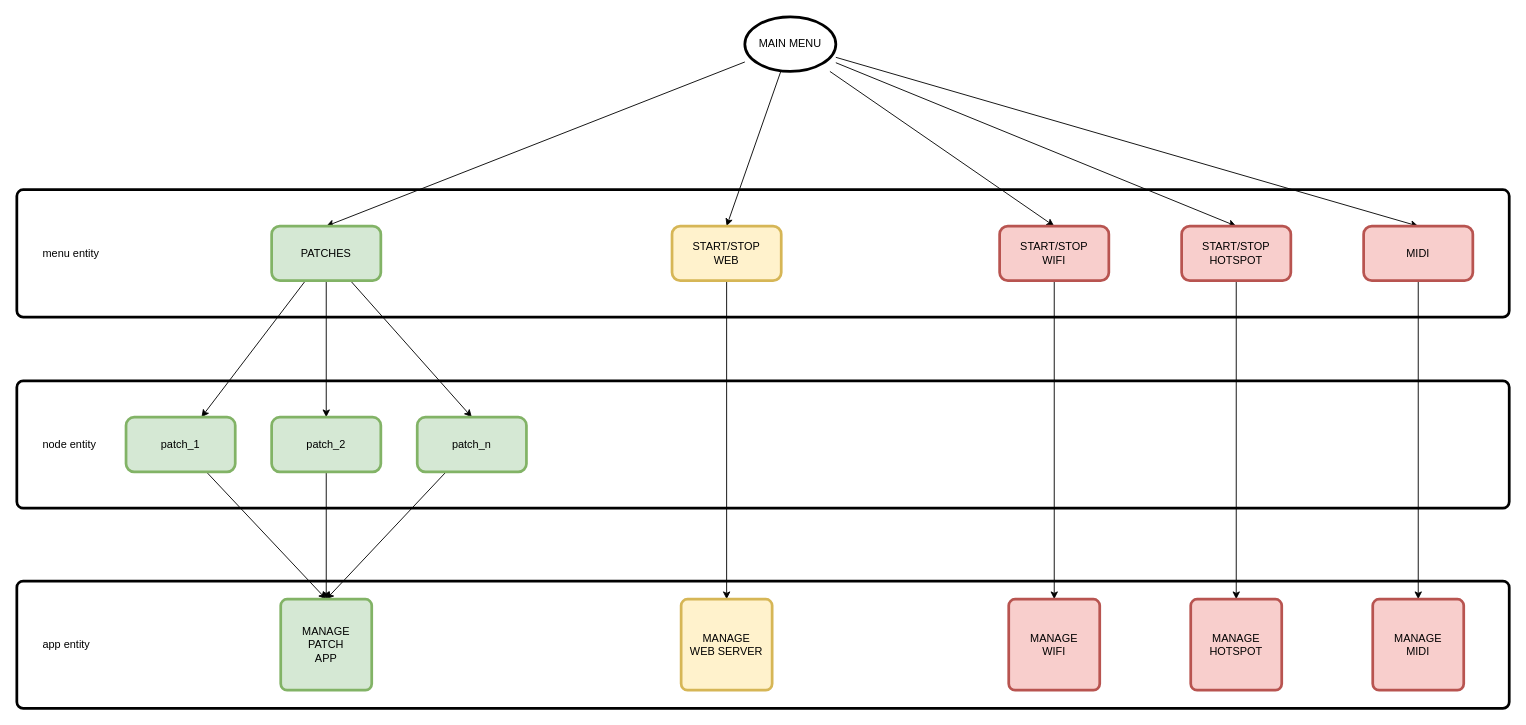
leminrock/ssd1306 keeps this draw.io diagram as page "Pagina-2" (2 of 3) of schema.drawio. Above is the earlier version. Source tidied: cells renumbered, new cells numbered last; positions are measured from the earlier drawing's top-left corner, leaving out a move shared by most shapes. Both pictures are drawn from the tidied source at 91%, with x=0, y=0 at pixel (16, 16).
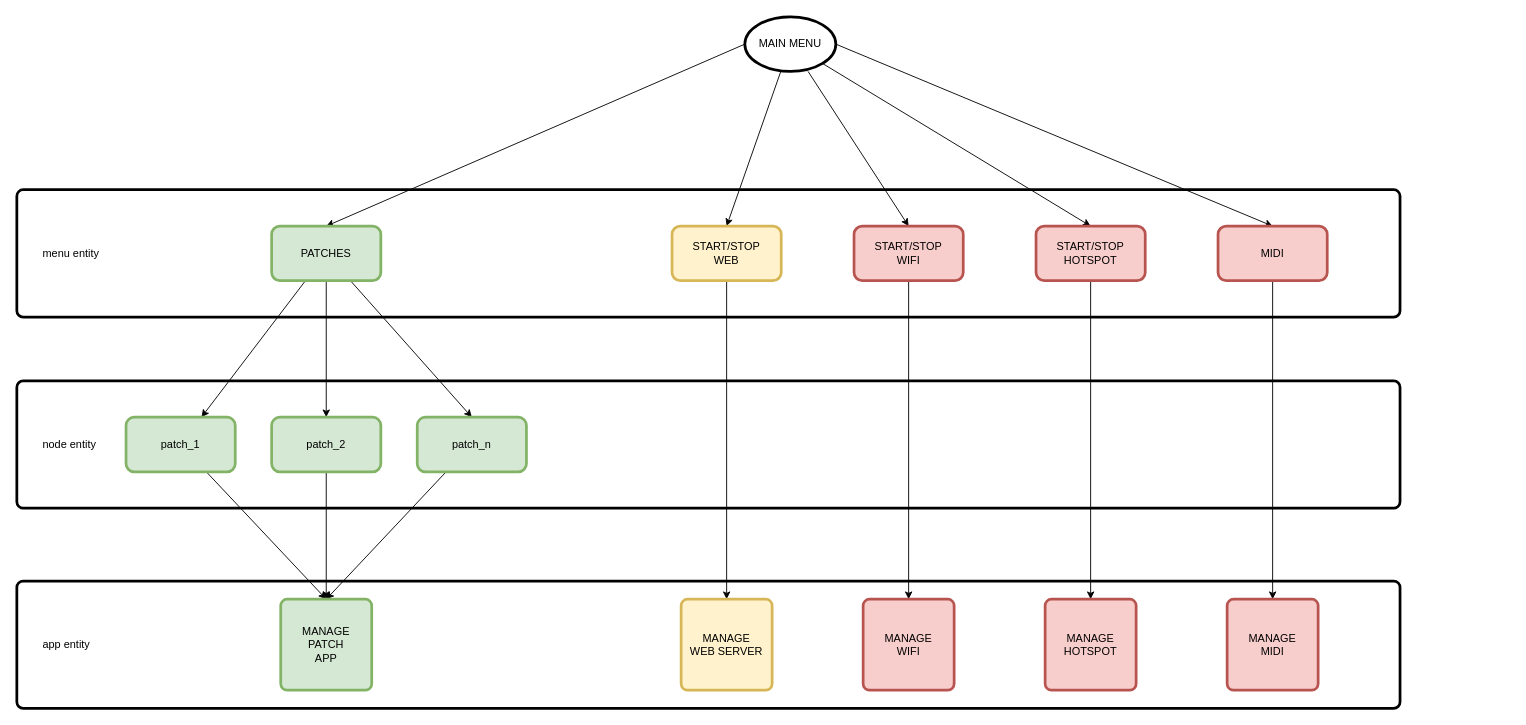
After the change.

Unchanged cells that the change refers to:
```xml
<mxCell id="7" value="MAIN MENU" style="strokeWidth=3;html=1;shape=mxgraph.flowchart.start_1;whiteSpace=wrap;" parent="1" vertex="1">
  <mxGeometry x="800" width="100" height="60" as="geometry" />
</mxCell>
<mxCell id="11" value="PATCHES" style="rounded=1;whiteSpace=wrap;html=1;strokeWidth=3;fillColor=#d5e8d4;strokeColor=#82b366;" parent="1" vertex="1">
  <mxGeometry x="280" y="230" width="120" height="60" as="geometry" />
</mxCell>
```

What changed in the source:
```diff
@@
+    <mxCell id="31" value="&lt;span style=&quot;white-space: pre&quot;&gt;&#9;&lt;/span&gt;app entity" style="rounded=1;whiteSpace=wrap;html=1;absoluteArcSize=1;arcSize=14;strokeWidth=3;fillColor=none;align=left;" parent="1" vertex="1">
+      <mxGeometry y="620" width="1520" height="140" as="geometry" />
+    </mxCell>
+    <mxCell id="32" value="&lt;span style=&quot;white-space: pre&quot;&gt;&#9;&lt;/span&gt;node entity" style="rounded=1;whiteSpace=wrap;html=1;absoluteArcSize=1;arcSize=14;strokeWidth=3;fillColor=none;align=left;" parent="1" vertex="1">
+      <mxGeometry y="400" width="1520" height="140" as="geometry" />
+    </mxCell>
+    <mxCell id="33" value="&lt;span style=&quot;white-space: pre&quot;&gt;&#9;&lt;/span&gt;menu entity" style="rounded=1;whiteSpace=wrap;html=1;absoluteArcSize=1;arcSize=14;strokeWidth=3;fillColor=none;align=left;" parent="1" vertex="1">
+      <mxGeometry y="190" width="1520" height="140" as="geometry" />
+    </mxCell>
-    <mxCell id="2" style="edgeStyle=none;rounded=0;jettySize=auto;html=1;entryX=0.5;entryY=0;entryDx=0;entryDy=0;" parent="1" edge="1" source="7" target="11">
+    <mxCell id="2" style="edgeStyle=none;rounded=0;jettySize=auto;html=1;entryX=0.5;entryY=0;entryDx=0;entryDy=0;exitX=0;exitY=0.5;exitDx=0;exitDy=0;exitPerimeter=0;" parent="1" edge="1" source="7" target="11">
       <mxGeometry relative="1" as="geometry" />
     </mxCell>
@@
-    <mxCell id="5" style="edgeStyle=none;rounded=0;jettySize=auto;html=1;entryX=0.5;entryY=0;entryDx=0;entryDy=0;" parent="1" edge="1" source="7" target="17">
+    <mxCell id="5" style="edgeStyle=none;rounded=0;jettySize=auto;html=1;entryX=0.5;entryY=0;entryDx=0;entryDy=0;exitX=0.855;exitY=0.855;exitDx=0;exitDy=0;exitPerimeter=0;" parent="1" edge="1" source="7" target="17">
       <mxGeometry relative="1" as="geometry" />
     </mxCell>
-    <mxCell id="6" style="rounded=0;jettySize=auto;html=1;entryX=0.5;entryY=0;entryDx=0;entryDy=0;" parent="1" edge="1" source="7" target="29">
+    <mxCell id="6" style="rounded=0;jettySize=auto;html=1;entryX=0.5;entryY=0;entryDx=0;entryDy=0;exitX=1;exitY=0.5;exitDx=0;exitDy=0;exitPerimeter=0;" parent="1" edge="1" source="7" target="29">
       <mxGeometry relative="1" as="geometry" />
     </mxCell>
@@
     <mxCell id="15" value="START/STOP&lt;br&gt;WIFI" style="rounded=1;whiteSpace=wrap;html=1;strokeWidth=3;fillColor=#f8cecc;strokeColor=#b85450;" parent="1" vertex="1">
-      <mxGeometry x="1080" y="230" width="120" height="60" as="geometry" />
+      <mxGeometry x="920" y="230" width="120" height="60" as="geometry" />
     </mxCell>
@@
     <mxCell id="17" value="START/STOP&lt;br&gt;HOTSPOT" style="rounded=1;whiteSpace=wrap;html=1;strokeWidth=3;fillColor=#f8cecc;strokeColor=#b85450;" parent="1" vertex="1">
-      <mxGeometry x="1280" y="230" width="120" height="60" as="geometry" />
+      <mxGeometry x="1120" y="230" width="120" height="60" as="geometry" />
     </mxCell>
@@
     <mxCell id="26" value="MANAGE&lt;br&gt;WIFI" style="rounded=1;whiteSpace=wrap;html=1;absoluteArcSize=1;arcSize=14;strokeWidth=3;fillColor=#f8cecc;strokeColor=#b85450;" parent="1" vertex="1">
-      <mxGeometry x="1090" y="640" width="100" height="100" as="geometry" />
+      <mxGeometry x="930" y="640" width="100" height="100" as="geometry" />
     </mxCell>
     <mxCell id="27" value="MANAGE&lt;br&gt;HOTSPOT" style="rounded=1;whiteSpace=wrap;html=1;absoluteArcSize=1;arcSize=14;strokeWidth=3;fillColor=#f8cecc;strokeColor=#b85450;" parent="1" vertex="1">
-      <mxGeometry x="1290" y="640" width="100" height="100" as="geometry" />
+      <mxGeometry x="1130" y="640" width="100" height="100" as="geometry" />
     </mxCell>
@@
     <mxCell id="29" value="MIDI" style="rounded=1;whiteSpace=wrap;html=1;strokeWidth=3;fillColor=#f8cecc;strokeColor=#b85450;" parent="1" vertex="1">
-      <mxGeometry x="1480" y="230" width="120" height="60" as="geometry" />
+      <mxGeometry x="1320" y="230" width="120" height="60" as="geometry" />
     </mxCell>
     <mxCell id="30" value="MANAGE&lt;br&gt;MIDI" style="rounded=1;whiteSpace=wrap;html=1;absoluteArcSize=1;arcSize=14;strokeWidth=3;fillColor=#f8cecc;strokeColor=#b85450;" parent="1" vertex="1">
-      <mxGeometry x="1490" y="640" width="100" height="100" as="geometry" />
+      <mxGeometry x="1330" y="640" width="100" height="100" as="geometry" />
     </mxCell>
-    <mxCell id="31" value="&lt;span style=&quot;white-space: pre&quot;&gt;&#9;&lt;/span&gt;app entity" style="rounded=1;whiteSpace=wrap;html=1;absoluteArcSize=1;arcSize=14;strokeWidth=3;fillColor=none;align=left;" parent="1" vertex="1">
-      <mxGeometry y="620" width="1640" height="140" as="geometry" />
-    </mxCell>
-    <mxCell id="32" value="&lt;span style=&quot;white-space: pre&quot;&gt;&#9;&lt;/span&gt;node entity" style="rounded=1;whiteSpace=wrap;html=1;absoluteArcSize=1;arcSize=14;strokeWidth=3;fillColor=none;align=left;" parent="1" vertex="1">
-      <mxGeometry y="400" width="1640" height="140" as="geometry" />
-    </mxCell>
-    <mxCell id="33" value="&lt;span style=&quot;white-space: pre&quot;&gt;&#9;&lt;/span&gt;menu entity" style="rounded=1;whiteSpace=wrap;html=1;absoluteArcSize=1;arcSize=14;strokeWidth=3;fillColor=none;align=left;" parent="1" vertex="1">
-      <mxGeometry y="190" width="1640" height="140" as="geometry" />
-    </mxCell>
```
